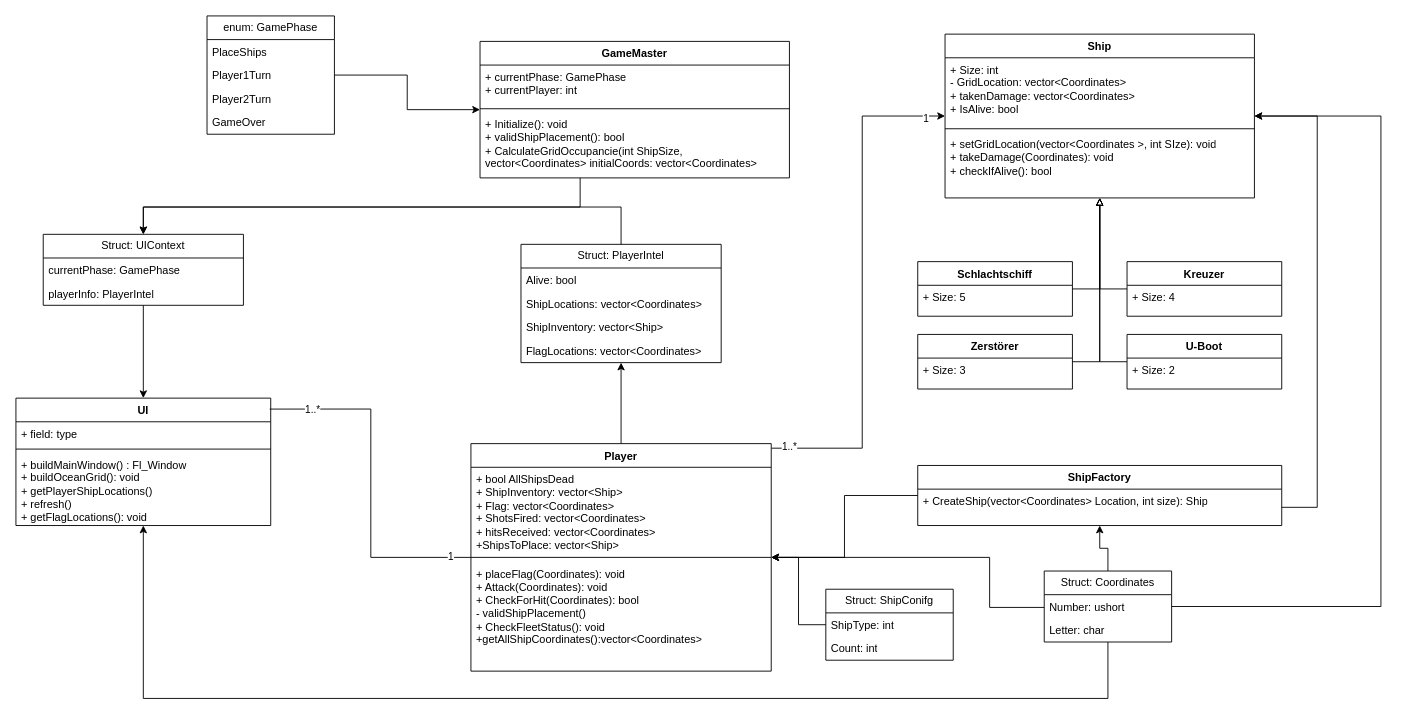
This is 01_SdCustomization/01_WarShips/Draw.io/WarShips_v0.3.drawio from Jonas3007/Departments, a draw.io file, before an edit. Source tidied: cells renumbered, new cells numbered last; positions are measured from the earlier drawing's top-left corner, leaving out a move shared by most shapes. Both pictures are drawn from the tidied source at 91%, with x=0, y=0 at pixel (15, 15).
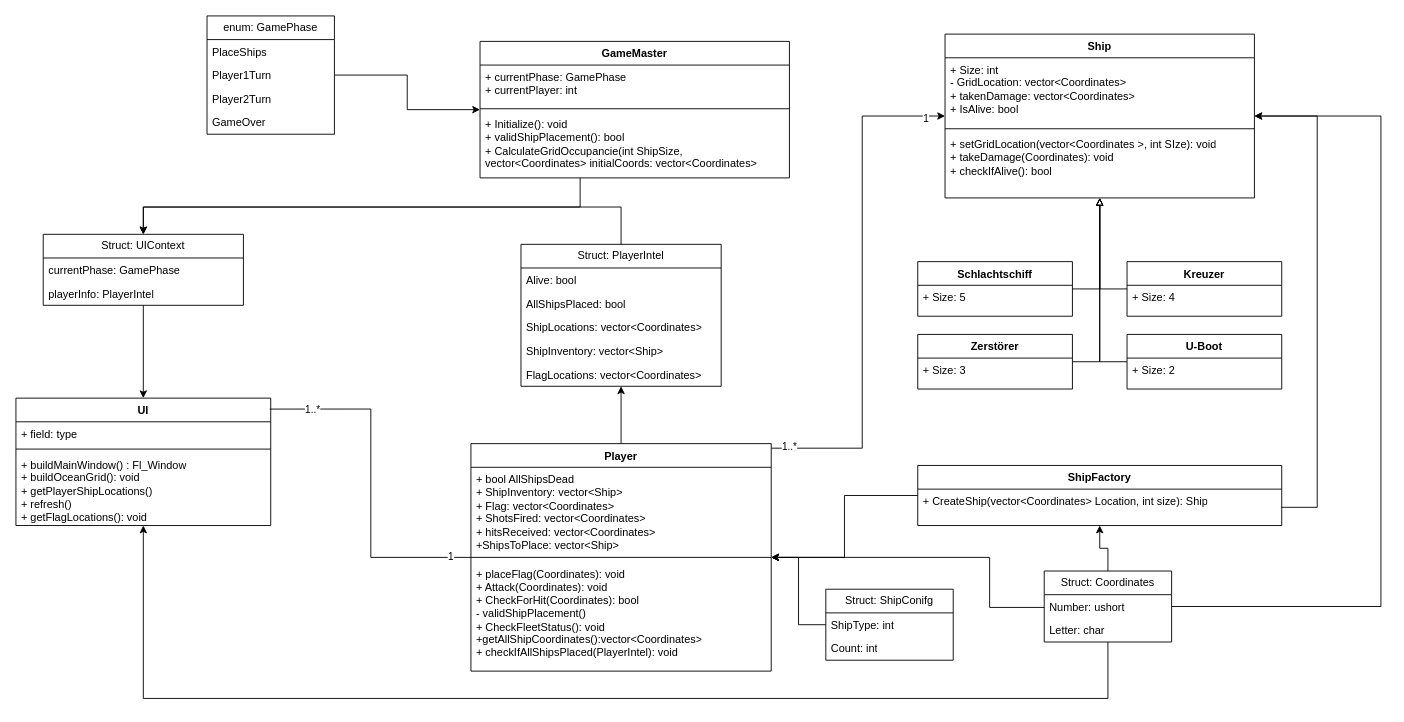
The same page after the edit.

Commit message (it also covers changes not shown here):
added GameMaster methods, added labels to oceanGrid, added Buttons to place ships *not working yet*

Unchanged cells that the change refers to:
```xml
<mxCell id="6" value="Player" style="swimlane;fontStyle=1;align=center;verticalAlign=top;horizontal=1;startSize=26;whiteSpace=wrap;html=1;" parent="1" vertex="1">
  <mxGeometry x="500" y="470" width="330" height="250" as="geometry" />
</mxCell>
```

Diff of the diagram source:
```diff
@@
-    <mxCell id="9" value="+ placeFlag(Coordinates): void&lt;div&gt;+ Attack(Coordinates): void&lt;/div&gt;&lt;div&gt;+ CheckForHit(Coordinates): bool&lt;/div&gt;&lt;div&gt;- valid&lt;span style=&quot;background-color: transparent; color: light-dark(rgb(0, 0, 0), rgb(255, 255, 255));&quot;&gt;ShipPlacement()&lt;/span&gt;&lt;/div&gt;&lt;div&gt;&lt;span style=&quot;background-color: transparent; color: light-dark(rgb(0, 0, 0), rgb(255, 255, 255));&quot;&gt;+ CheckFleetStatus(): void&lt;/span&gt;&lt;/div&gt;&lt;div&gt;&lt;span style=&quot;background-color: transparent; color: light-dark(rgb(0, 0, 0), rgb(255, 255, 255));&quot;&gt;+getAllShipCoordinates():vector&amp;lt;Coordinates&amp;gt;&lt;/span&gt;&lt;/div&gt;" style="text;strokeColor=none;fillColor=none;align=left;verticalAlign=top;spacingLeft=4;spacingRight=4;overflow=hidden;whiteSpace=wrap;html=1;" parent="6" vertex="1">
+    <mxCell id="9" value="+ placeFlag(Coordinates): void&lt;div&gt;+ Attack(Coordinates): void&lt;/div&gt;&lt;div&gt;+ CheckForHit(Coordinates): bool&lt;/div&gt;&lt;div&gt;- valid&lt;span style=&quot;background-color: transparent; color: light-dark(rgb(0, 0, 0), rgb(255, 255, 255));&quot;&gt;ShipPlacement()&lt;/span&gt;&lt;/div&gt;&lt;div&gt;&lt;span style=&quot;background-color: transparent; color: light-dark(rgb(0, 0, 0), rgb(255, 255, 255));&quot;&gt;+ CheckFleetStatus(): void&lt;/span&gt;&lt;/div&gt;&lt;div&gt;&lt;span style=&quot;background-color: transparent; color: light-dark(rgb(0, 0, 0), rgb(255, 255, 255));&quot;&gt;+getAllShipCoordinates():vector&amp;lt;Coordinates&amp;gt;&lt;/span&gt;&lt;/div&gt;&lt;div&gt;&lt;font color=&quot;#000000&quot;&gt;+ checkIfAllShipsPlaced(PlayerIntel): void&lt;/font&gt;&lt;/div&gt;" style="text;strokeColor=none;fillColor=none;align=left;verticalAlign=top;spacingLeft=4;spacingRight=4;overflow=hidden;whiteSpace=wrap;html=1;" parent="6" vertex="1">
       <mxGeometry y="130" width="330" height="120" as="geometry" />
     </mxCell>
@@
     <mxCell id="26" value="Struct: PlayerIntel" style="swimlane;fontStyle=0;horizontal=1;startSize=26;fillColor=none;whiteSpace=wrap;html=1;" parent="1" vertex="1">
-      <mxGeometry x="555" y="251" width="220" height="130" as="geometry" />
+      <mxGeometry x="555" y="251" width="220" height="156" as="geometry" />
     </mxCell>
+    <mxCell id="70" value="&lt;div&gt;Alive: bool&lt;/div&gt;" style="text;strokeColor=none;fillColor=none;align=left;verticalAlign=top;spacingLeft=4;spacingRight=4;overflow=hidden;whiteSpace=wrap;html=1;" parent="26" vertex="1">
+      <mxGeometry y="26" width="220" height="26" as="geometry" />
+    </mxCell>
-    <mxCell id="27" value="&lt;div&gt;Alive: bool&lt;/div&gt;" style="text;strokeColor=none;fillColor=none;align=left;verticalAlign=top;spacingLeft=4;spacingRight=4;overflow=hidden;whiteSpace=wrap;html=1;" parent="26" vertex="1">
-      <mxGeometry y="26" width="220" height="26" as="geometry" />
+    <mxCell id="27" value="&lt;div&gt;AllShipsPlaced: bool&lt;/div&gt;" style="text;strokeColor=none;fillColor=none;align=left;verticalAlign=top;spacingLeft=4;spacingRight=4;overflow=hidden;whiteSpace=wrap;html=1;" parent="26" vertex="1">
+      <mxGeometry y="52" width="220" height="26" as="geometry" />
     </mxCell>
     <mxCell id="28" value="&lt;div&gt;ShipLocations: vector&amp;lt;Coordinates&amp;gt;&lt;/div&gt;" style="text;strokeColor=none;fillColor=none;align=left;verticalAlign=top;spacingLeft=4;spacingRight=4;overflow=hidden;whiteSpace=wrap;html=1;" parent="26" vertex="1">
-      <mxGeometry y="52" width="220" height="26" as="geometry" />
+      <mxGeometry y="78" width="220" height="26" as="geometry" />
     </mxCell>
     <mxCell id="29" value="ShipInventory: vector&amp;lt;Ship&amp;gt;" style="text;strokeColor=none;fillColor=none;align=left;verticalAlign=top;spacingLeft=4;spacingRight=4;overflow=hidden;whiteSpace=wrap;html=1;" parent="26" vertex="1">
-      <mxGeometry y="78" width="220" height="26" as="geometry" />
+      <mxGeometry y="104" width="220" height="26" as="geometry" />
     </mxCell>
     <mxCell id="30" value="&lt;div&gt;FlagLocations: vector&amp;lt;Coordinates&amp;gt;&lt;/div&gt;" style="text;strokeColor=none;fillColor=none;align=left;verticalAlign=top;spacingLeft=4;spacingRight=4;overflow=hidden;whiteSpace=wrap;html=1;" parent="26" vertex="1">
-      <mxGeometry y="104" width="220" height="26" as="geometry" />
+      <mxGeometry y="130" width="220" height="26" as="geometry" />
     </mxCell>
```
